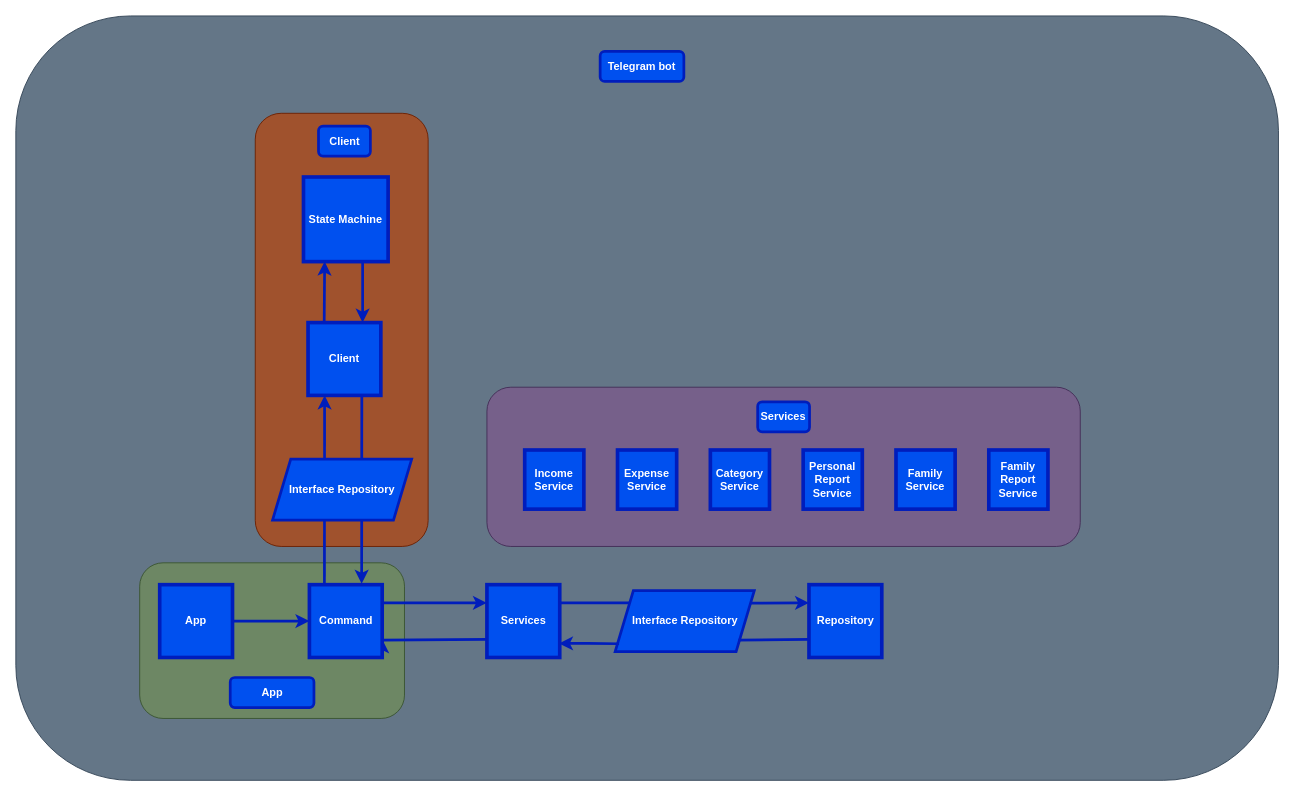
The draw.io diagram tg_financial_bot.drawio in CBeredIOk/financial_bot, before the edit. Source tidied: cells renumbered, new cells numbered last; positions are measured from the earlier drawing's top-left corner, leaving out a move shared by most shapes. Both pictures are drawn from the tidied source at 91%, with x=0, y=0 at pixel (15, 15).
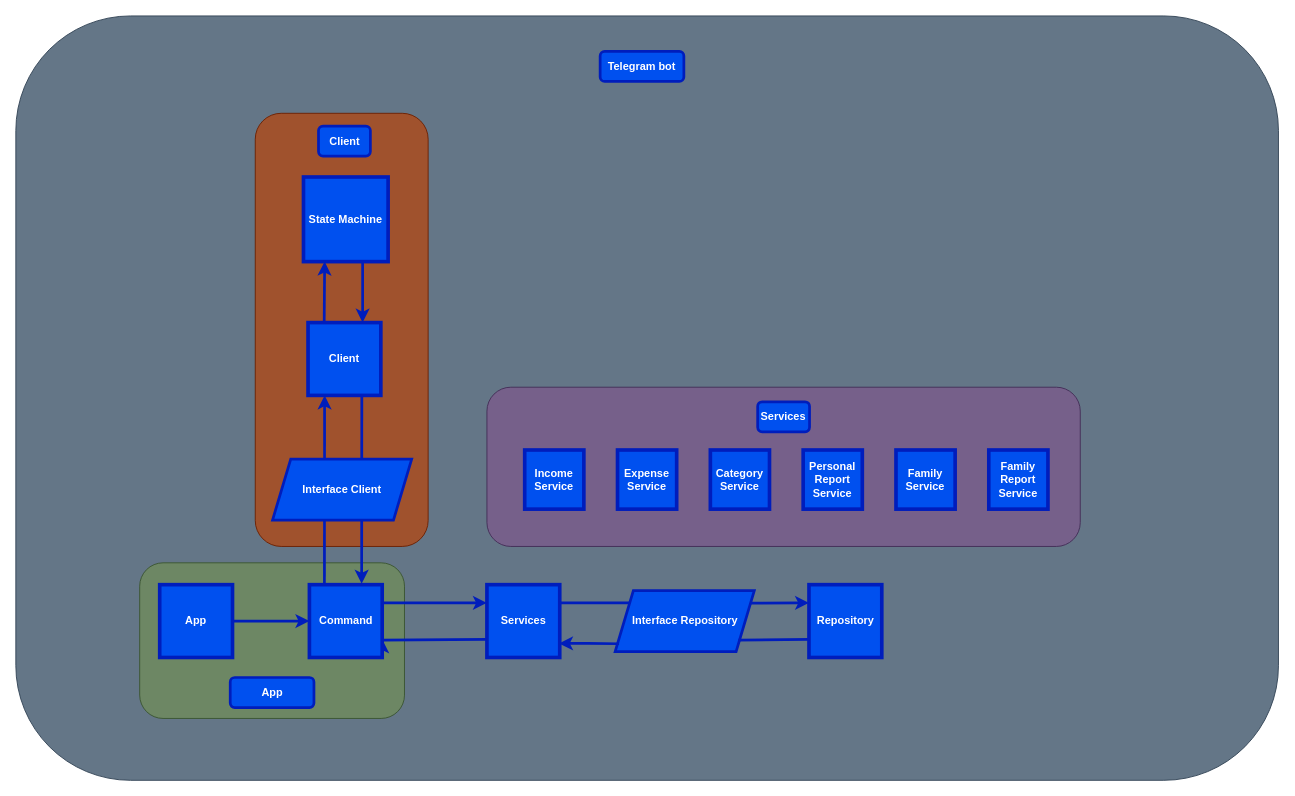
The same page after the edit.

Change to the diagram source:
```diff
@@
-    <mxCell id="31" value="&lt;b style=&quot;border-color: var(--border-color);&quot;&gt;Interface&amp;nbsp;&lt;b style=&quot;border-color: var(--border-color);&quot;&gt;Repository&lt;/b&gt;&lt;br&gt;&lt;/b&gt;" style="shape=parallelogram;perimeter=parallelogramPerimeter;whiteSpace=wrap;html=1;fixedSize=1;fillColor=#0050ef;fontColor=#ffffff;strokeColor=#001DBC;strokeWidth=3;" parent="1" vertex="1">
+    <mxCell id="31" value="&lt;b style=&quot;border-color: var(--border-color);&quot;&gt;Interface Client&lt;br&gt;&lt;/b&gt;" style="shape=parallelogram;perimeter=parallelogramPerimeter;whiteSpace=wrap;html=1;fixedSize=1;fillColor=#0050ef;fontColor=#ffffff;strokeColor=#001DBC;strokeWidth=3;" parent="1" vertex="1">
       <mxGeometry x="282" y="487" width="152.9" height="67" as="geometry" />
     </mxCell>
```
